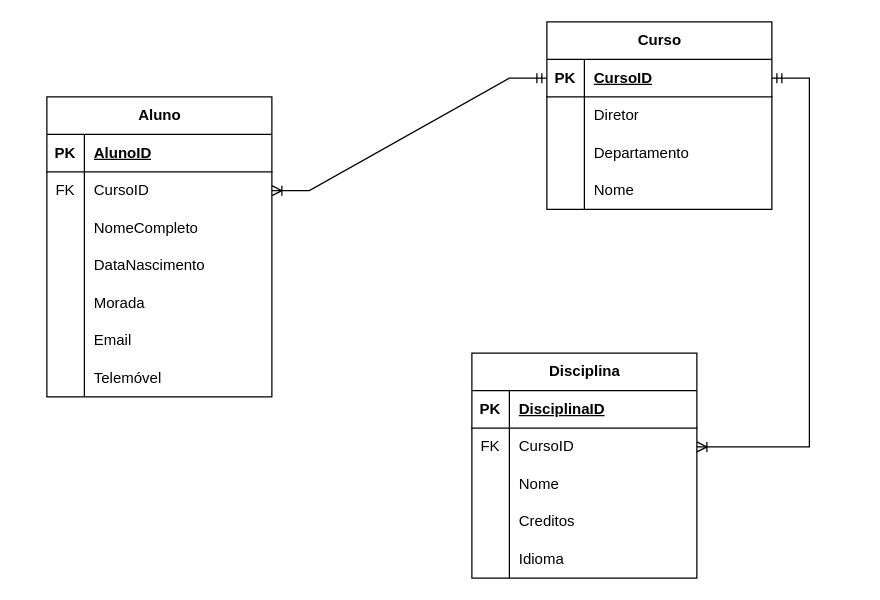
Above: page "Escola" (1 of 8) of Aula_2_Notacao_CrowsFoot.drawio in danielarraiol02/tpsi-sgbd-2065422-25 (draw.io), before the change. Source tidied: cells renumbered, new cells numbered last; positions are measured from the earlier drawing's top-left corner, leaving out a move shared by most shapes. Both pictures are drawn from the tidied source at 125%, with x=0, y=0 at pixel (46, 21).
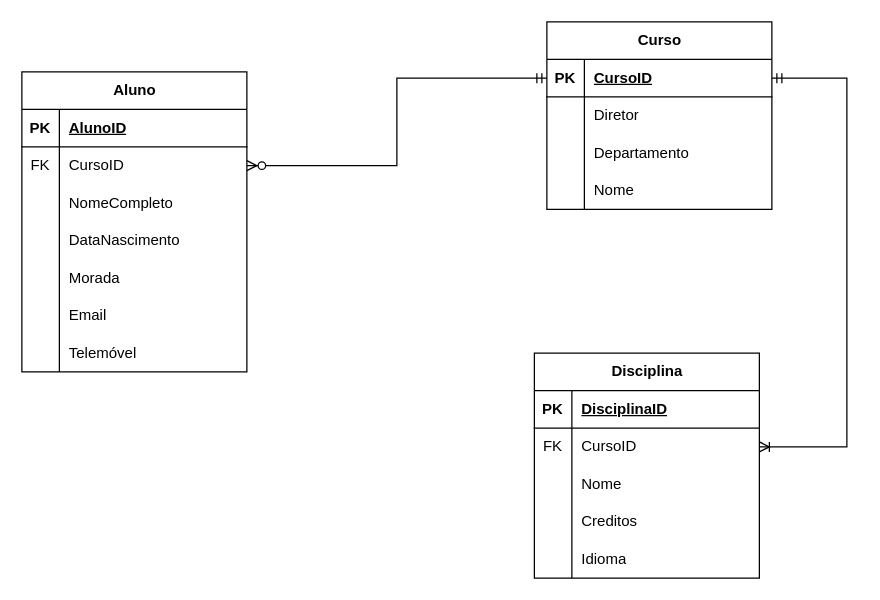
After the change.

The change refers to these unchanged cells:
```xml
<mxCell id="6" style="shape=tableRow;horizontal=0;startSize=0;swimlaneHead=0;swimlaneBody=0;fillColor=none;points=[[0,0.5],[1,0.5]];portConstraint=eastwest;top=0;left=0;right=0;bottom=0;" parent="2" vertex="1">
  <mxGeometry y="60" width="180" height="30" as="geometry" />
</mxCell>
<mxCell id="25" style="shape=tableRow;horizontal=0;startSize=0;swimlaneHead=0;swimlaneBody=0;fillColor=none;points=[[0,0.5],[1,0.5]];portConstraint=eastwest;top=0;left=0;right=0;bottom=1;" parent="24" vertex="1">
  <mxGeometry y="30" width="180" height="30" as="geometry" />
</mxCell>
<mxCell id="41" style="shape=tableRow;horizontal=0;startSize=0;swimlaneHead=0;swimlaneBody=0;fillColor=none;points=[[0,0.5],[1,0.5]];portConstraint=eastwest;top=0;left=0;right=0;bottom=0;" parent="37" vertex="1">
  <mxGeometry y="60" width="180" height="30" as="geometry" />
</mxCell>
```

What changed in the source:
```diff
@@
     <mxCell id="2" value="Aluno" style="shape=table;startSize=30;childLayout=tableLayout;rowLines=0;fontStyle=1;align=center;html=1;" parent="1" vertex="1">
-      <mxGeometry y="60" width="180" height="240" as="geometry" />
+      <mxGeometry x="-20" y="40" width="180" height="240" as="geometry" />
     </mxCell>
@@
     <mxCell id="37" value="Disciplina" style="shape=table;startSize=30;childLayout=tableLayout;rowLines=0;fontStyle=1;align=center;html=1;" parent="1" vertex="1">
-      <mxGeometry x="340" y="265" width="180" height="180" as="geometry" />
+      <mxGeometry x="390" y="265" width="180" height="180" as="geometry" />
     </mxCell>
@@
+    <mxCell id="54" style="edgeStyle=orthogonalEdgeStyle;fontSize=12;html=1;endArrow=ERoneToMany;startArrow=ERmandOne;rounded=0;" parent="1" edge="1" source="25" target="41">
+      <mxGeometry relative="1" as="geometry">
+        <Array as="points">
+          <mxPoint x="640" y="45" />
+          <mxPoint x="640" y="340" />
+        </Array>
+      </mxGeometry>
+    </mxCell>
-    <mxCell id="53" style="edgeStyle=entityRelationEdgeStyle;fontSize=12;html=1;endArrow=ERoneToMany;startArrow=ERmandOne;rounded=0;exitX=0;exitY=0.5;exitDx=0;exitDy=0;entryX=1;entryY=0.5;entryDx=0;entryDy=0;" parent="1" edge="1" source="25" target="6">
+    <mxCell id="53" style="edgeStyle=orthogonalEdgeStyle;fontSize=12;html=1;endArrow=ERzeroToMany;startArrow=ERmandOne;rounded=0;exitX=0;exitY=0.5;exitDx=0;exitDy=0;" parent="1" edge="1" source="25" target="6">
       <mxGeometry relative="1" as="geometry" />
     </mxCell>
-    <mxCell id="54" style="edgeStyle=entityRelationEdgeStyle;fontSize=12;html=1;endArrow=ERoneToMany;startArrow=ERmandOne;rounded=0;" parent="1" edge="1" source="25" target="41">
-      <mxGeometry relative="1" as="geometry" />
-    </mxCell>
```
